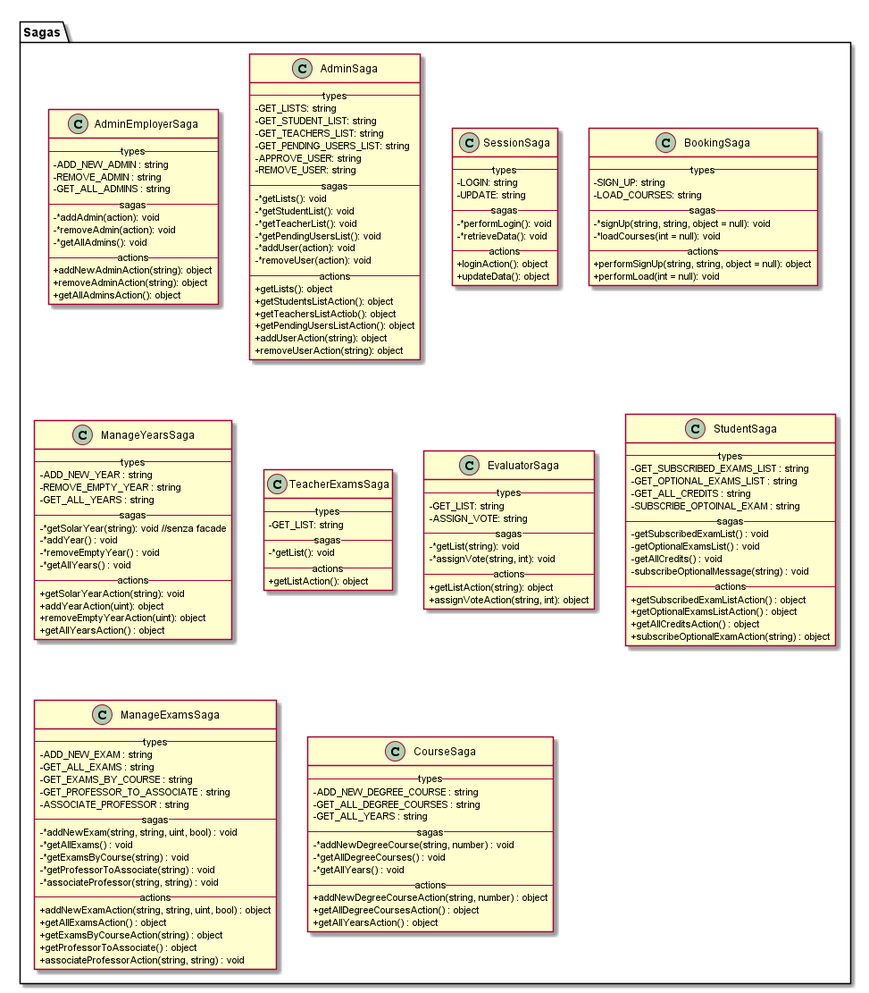
The PlantUML diagram Esterni/ManualeSviluppatore/diagrammi/redux/sagas.png in M9k/Marvin-Documentazione---353, before a commit. The source it was exported from:
```plantuml
@startuml

skinparam linetype ortho
skinparam classAttributeIconSize 0
namespace Sagas {

class AdminEmployerSaga{
  -- types --
  - ADD_NEW_ADMIN : string
  - REMOVE_ADMIN : string
  - GET_ALL_ADMINS : string
  -- sagas --
  - *addAdmin(action): void
  - *removeAdmin(action): void
  - *getAllAdmins(): void
  -- actions --
  + addNewAdminAction(string): object
  + removeAdminAction(string): object
  + getAllAdminsAction(): object
}





class AdminSaga {
    -- types --
    - GET_LISTS: string
    - GET_STUDENT_LIST: string
    - GET_TEACHERS_LIST: string
    - GET_PENDING_USERS_LIST: string
    - APPROVE_USER: string
    - REMOVE_USER: string
    -- sagas --
    - *getLists(): void
    - *getStudentList(): void
    - *getTeacherList(): void
    - *getPendingUsersList(): void
    - *addUser(action): void
    - *removeUser(action): void
    -- actions --
    + getLists(): object
    + getStudentsListAction(): object
    + getTeachersListActiob(): object
    + getPendingUsersListAction(): object
    + addUserAction(string): object
    + removeUserAction(string): object
}




class SessionSaga{
  -- types --
  - LOGIN: string
  - UPDATE: string
  -- sagas --
  - *performLogin(): void
  - *retrieveData(): void
  -- actions --
  + loginAction(): object
  + updateData(): object
}



class BookingSaga{
  -- types --
  - SIGN_UP: string
  - LOAD_COURSES: string
  -- sagas --
  - *signUp(string, string, object = null): void
  - *loadCourses(int = null): void
  -- actions --
  + performSignUp(string, string, object = null): object
  + performLoad(int = null): void
}




class ManageYearsSaga{
  -- types --
  - ADD_NEW_YEAR : string
  - REMOVE_EMPTY_YEAR : string
  - GET_ALL_YEARS : string
  -- sagas --
  - *getSolarYear(string): void //senza facade
  - *addYear() : void
  - *removeEmptyYear() : void
  - *getAllYears() : void
  -- actions --
  + getSolarYearAction(string): void
  + addYearAction(uint): object
  + removeEmptyYearAction(uint): object
  + getAllYearsAction() : object
}




class TeacherExamsSaga{
  -- types --
  - GET_LIST: string
  -- sagas --
  - *getList(): void
  -- actions --
  + getListAction(): object
}



class EvaluatorSaga{
  -- types --
  - GET_LIST: string
  - ASSIGN_VOTE: string
  -- sagas --
  - *getList(string): void
  - *assignVote(string, int): void
  -- actions --
  + getListAction(string): object
  + assignVoteAction(string, int): object
}




class StudentSaga{
  -- types --
  - GET_SUBSCRIBED_EXAMS_LIST : string
  - GET_OPTIONAL_EXAMS_LIST : string
  - GET_ALL_CREDITS : string
  - SUBSCRIBE_OPTOINAL_EXAM : string
  -- sagas --
  - getSubscribedExamList() : void
  - getOptionalExamsList() : void
  - getAllCredits() : void
  - subscribeOptionalMessage(string) : void
  -- actions --
  + getSubscribedExamListAction() : object
  + getOptionalExamsListAction() : object
  + getAllCreditsAction() : object
  + subscribeOptionalExamAction(string) : object
}




class ManageExamsSaga{
  -- types --
  - ADD_NEW_EXAM : string
  - GET_ALL_EXAMS : string
  - GET_EXAMS_BY_COURSE : string
  - GET_PROFESSOR_TO_ASSOCIATE : string
  - ASSOCIATE_PROFESSOR : string
  -- sagas --
  - *addNewExam(string, string, uint, bool) : void
  - *getAllExams() : void
  - *getExamsByCourse(string) : void
  - *getProfessorToAssociate(string) : void
  - *associateProfessor(string, string) : void
  -- actions --
  + addNewExamAction(string, string, uint, bool) : object
  + getAllExamsAction() : object
  + getExamsByCourseAction(string) : object
  + getProfessorToAssociate() : object
  + associateProfessorAction(string, string) : void
}




class CourseSaga{
  -- types --
  - ADD_NEW_DEGREE_COURSE : string
  - GET_ALL_DEGREE_COURSES : string
  - GET_ALL_YEARS : string
  -- sagas --
  - *addNewDegreeCourse(string, number) : void
  - *getAllDegreeCourses() : void
  - *getAllYears() : void
  -- actions --
  + addNewDegreeCourseAction(string, number) : object
  + getAllDegreeCoursesAction() : object
  + getAllYearsAction() : object
}


}
@enduml
```
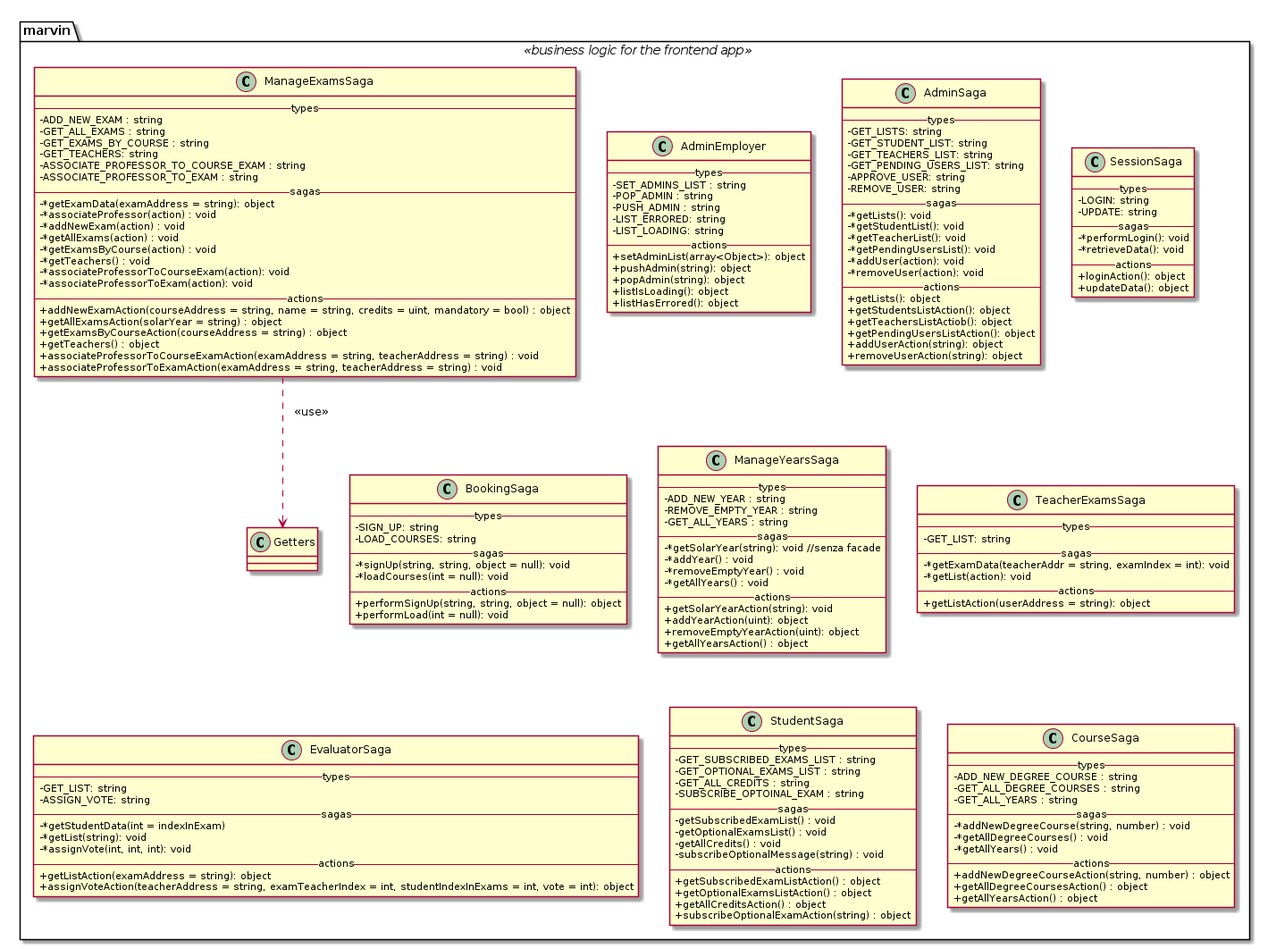
After the change.

Commit message:
Aggiornamento uml sagas e connection

What changed in the source:
```diff
@@ -1,26 +1,23 @@
 @startuml
-
 skinparam linetype ortho
 skinparam classAttributeIconSize 0
-namespace Sagas {
-
-class AdminEmployerSaga{
-  -- types --
-  - ADD_NEW_ADMIN : string
-  - REMOVE_ADMIN : string
-  - GET_ALL_ADMINS : string
-  -- sagas --
-  - *addAdmin(action): void
-  - *removeAdmin(action): void
-  - *getAllAdmins(): void
-  -- actions --
-  + addNewAdminAction(string): object
-  + removeAdminAction(string): object
-  + getAllAdminsAction(): object
-}
+namespace marvin <<business logic for the frontend app>> {
 
 
-
+class AdminEmployer{
+  -- types --
+  - SET_ADMINS_LIST : string
+  - POP_ADMIN : string
+  - PUSH_ADMIN : string
+  - LIST_ERRORED: string
+  - LIST_LOADING: string
+  -- actions --
+  + setAdminList(array<Object>): object
+  + pushAdmin(string): object
+  + popAdmin(string): object
+  + listIsLoading(): object
+  + listHasErrored(): object
+}
 
 
 class AdminSaga {
@@ -48,8 +45,6 @@
 }
 
 
-
-
 class SessionSaga{
   -- types --
   - LOGIN: string
@@ -62,8 +57,6 @@
   + updateData(): object
 }
 
-
-
 class BookingSaga{
   -- types --
   - SIGN_UP: string
@@ -75,9 +68,6 @@
   + performSignUp(string, string, object = null): object
   + performLoad(int = null): void
 }
-
-
-
 
 class ManageYearsSaga{
   -- types --
@@ -96,34 +86,28 @@
   + getAllYearsAction() : object
 }
 
-
-
-
 class TeacherExamsSaga{
   -- types --
   - GET_LIST: string
   -- sagas --
-  - *getList(): void
+  - *getExamData(teacherAddr = string, examIndex = int): void
+  - *getList(action): void
   -- actions --
-  + getListAction(): object
+  + getListAction(userAddress = string): object
 }
-
-
 
 class EvaluatorSaga{
   -- types --
   - GET_LIST: string
   - ASSIGN_VOTE: string
   -- sagas --
+  - *getStudentData(int = indexInExam)
   - *getList(string): void
-  - *assignVote(string, int): void
+  - *assignVote(int, int, int): void
   -- actions --
-  + getListAction(string): object
-  + assignVoteAction(string, int): object
+  + getListAction(examAddress = string): object
+  + assignVoteAction(teacherAddress = string, examTeacherIndex = int, studentIndexInExams = int, vote = int): object
 }
-
-
-
 
 class StudentSaga{
   -- types --
@@ -143,32 +127,32 @@
   + subscribeOptionalExamAction(string) : object
 }
 
-
-
-
 class ManageExamsSaga{
   -- types --
   - ADD_NEW_EXAM : string
   - GET_ALL_EXAMS : string
   - GET_EXAMS_BY_COURSE : string
-  - GET_PROFESSOR_TO_ASSOCIATE : string
-  - ASSOCIATE_PROFESSOR : string
+  - GET_TEACHERS: string
+  - ASSOCIATE_PROFESSOR_TO_COURSE_EXAM : string
+  - ASSOCIATE_PROFESSOR_TO_EXAM : string
   -- sagas --
-  - *addNewExam(string, string, uint, bool) : void
-  - *getAllExams() : void
-  - *getExamsByCourse(string) : void
-  - *getProfessorToAssociate(string) : void
-  - *associateProfessor(string, string) : void
+  - *getExamData(examAddress = string): object
+  - *associateProfessor(action) : void
+  - *addNewExam(action) : void
+  - *getAllExams(action) : void
+  - *getExamsByCourse(action) : void
+  - *getTeachers() : void
+  - *associateProfessorToCourseExam(action): void
+  - *associateProfessorToExam(action): void
   -- actions --
-  + addNewExamAction(string, string, uint, bool) : object
-  + getAllExamsAction() : object
-  + getExamsByCourseAction(string) : object
-  + getProfessorToAssociate() : object
-  + associateProfessorAction(string, string) : void
+  + addNewExamAction(courseAddress = string, name = string, credits = uint, mandatory = bool) : object
+  + getAllExamsAction(solarYear = string) : object
+  + getExamsByCourseAction(courseAddress = string) : object
+  + getTeachers() : object
+  + associateProfessorToCourseExamAction(examAddress = string, teacherAddress = string) : void
+  + associateProfessorToExamAction(examAddress = string, teacherAddress = string) : void
 }
-
-
-
+ManageExamsSaga ..> marvin.Getters : <<use>>
 
 class CourseSaga{
   -- types --
@@ -184,7 +168,5 @@
   + getAllDegreeCoursesAction() : object
   + getAllYearsAction() : object
 }
-
-
 }
 @enduml
```
